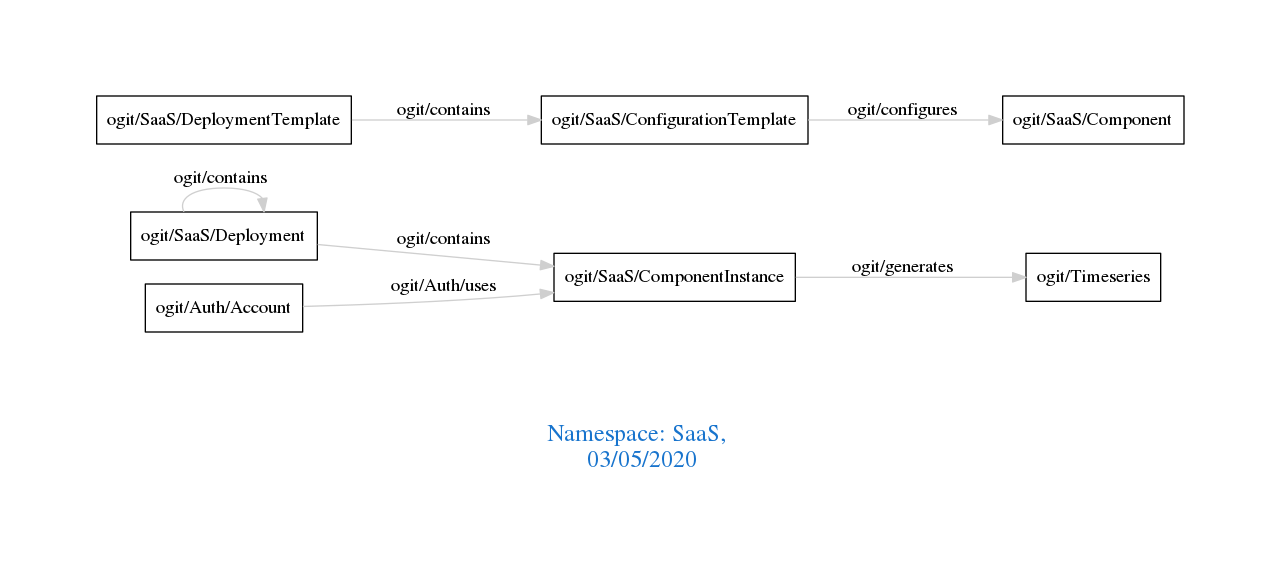
The Graphviz diagram downloads/SaaS.png in arago/OGIT, before a commit. Its source is kept beside it as downloads/SaaS.dot.
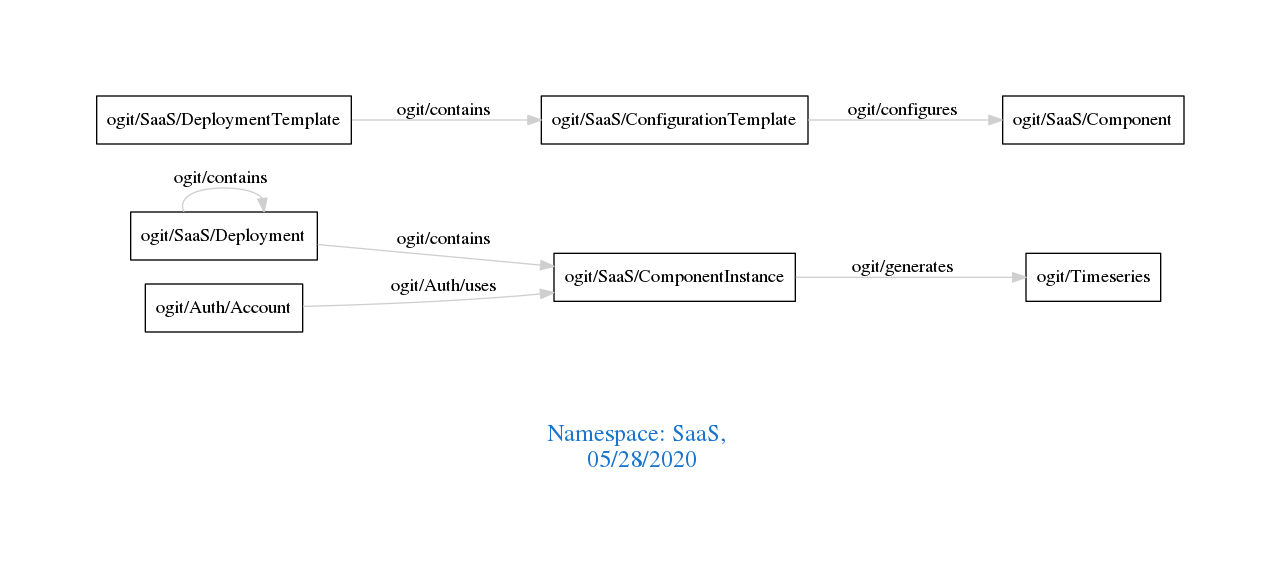
After the change.

Change to the diagram source:
```diff
@@ -1,7 +1,7 @@
 digraph OGIT_ontology {
  graph [ rankdir= LR,pad=1
 fontsize = 18,
-fontcolor= dodgerblue3,label = "\n\n\nNamespace: SaaS, \n 03/05/2020"];
+fontcolor= dodgerblue3,label = "\n\n\nNamespace: SaaS, \n 05/28/2020"];
 node[shape=polygon];
 edge [  color="gray81"];
 
```
